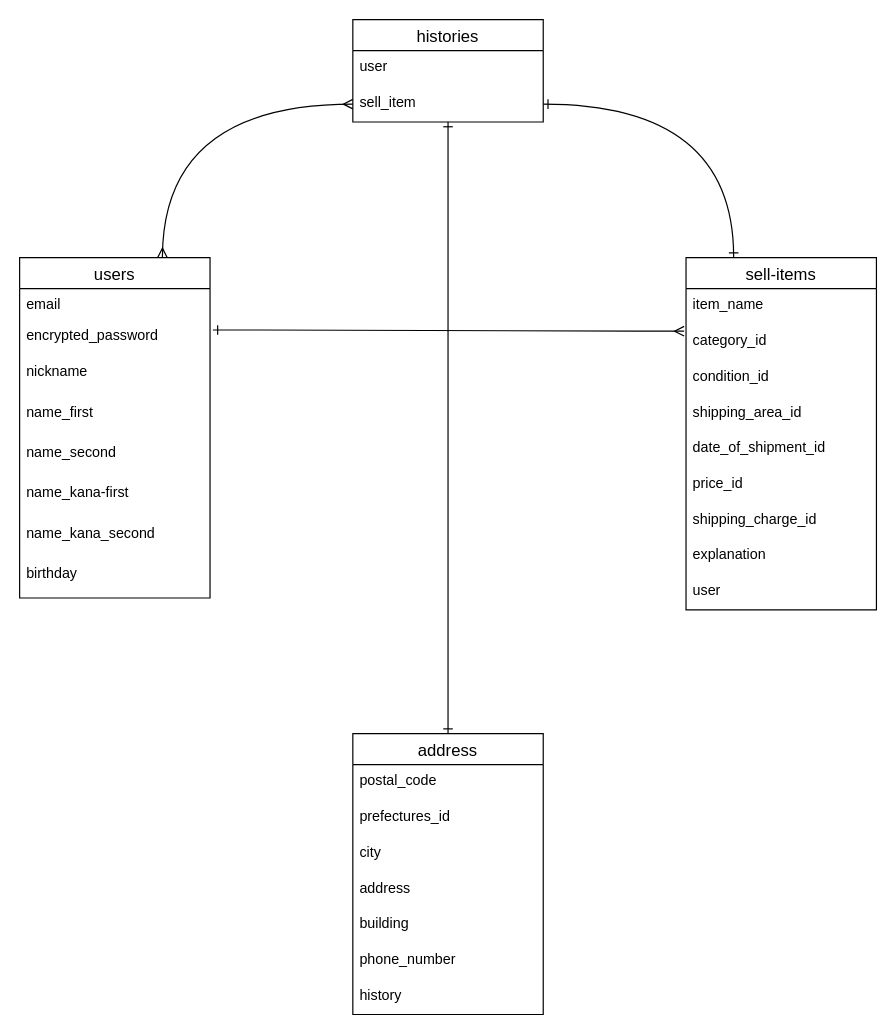
Above: hurima.dio in Tsutomu-sasaki1/furima-31549 (draw.io), before the change. Source tidied: cells renumbered, new cells numbered last; positions are measured from the earlier drawing's top-left corner, leaving out a move shared by most shapes. Both pictures are drawn from the tidied source at 119%, with x=0, y=0 at pixel (19, 19).
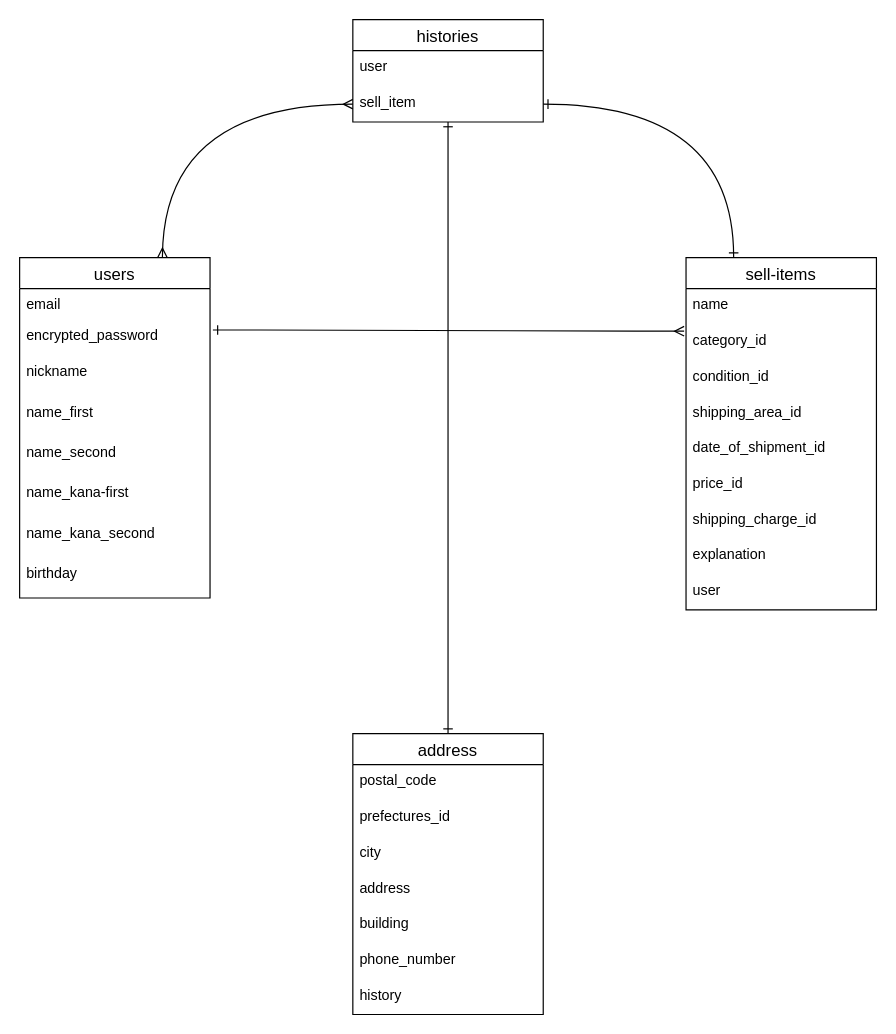
The same diagram, later.

Commit message (it also covers changes not shown here):
price-idからpriceへと修正

Unchanged cells that the change refers to:
```xml
<mxCell id="21" value="sell-items" style="swimlane;fontStyle=0;horizontal=1;startSize=26;align=center;fontSize=14;" parent="1" vertex="1">
  <mxGeometry x="560" y="200" width="160" height="296" as="geometry" />
</mxCell>
```

What changed in the source:
```diff
@@
-    <mxCell id="22" value="item_name" style="text;strokeColor=none;fillColor=none;spacingLeft=4;spacingRight=4;overflow=hidden;fontSize=12;" parent="21" vertex="1">
+    <mxCell id="22" value="name" style="text;strokeColor=none;fillColor=none;spacingLeft=4;spacingRight=4;overflow=hidden;fontSize=12;" parent="21" vertex="1">
       <mxGeometry y="26" width="160" height="30" as="geometry" />
     </mxCell>
```
